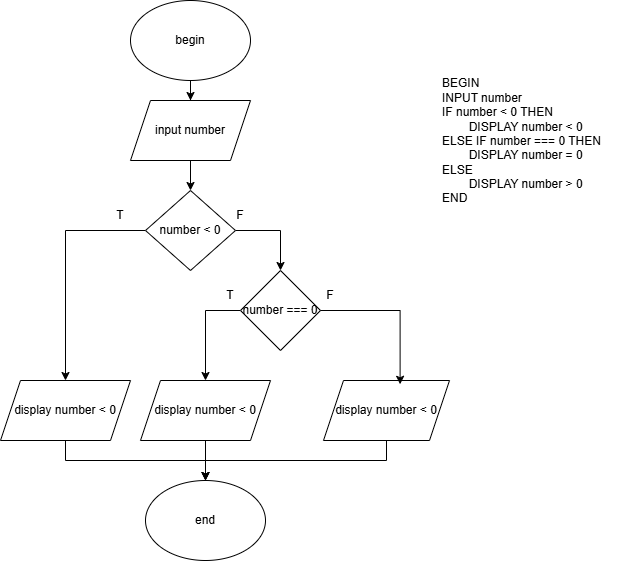
Before: bai1.drawio.png, a diagram exported from draw.io (NguyenHoang1122/btcautrucdk). Source tidied: cells renumbered, new cells last; positions are measured from the earlier drawing's top-left corner, leaving out a move shared by most shapes. Its diagram source:
```xml
<mxGraphModel background="#ffffff">
  <root>
    <mxCell id="0" />
    <mxCell id="1" parent="0" />
    <mxCell id="2" style="edgeStyle=orthogonalEdgeStyle;rounded=0;jettySize=auto;html=1;entryX=0.5;entryY=0;entryDx=0;entryDy=0;" parent="1" edge="1" source="3" target="5">
      <mxGeometry relative="1" as="geometry" />
    </mxCell>
    <mxCell id="3" value="begin" style="ellipse;whiteSpace=wrap;html=1;" parent="1" vertex="1">
      <mxGeometry x="130" width="120" height="80" as="geometry" />
    </mxCell>
    <mxCell id="4" style="edgeStyle=orthogonalEdgeStyle;rounded=0;jettySize=auto;html=1;" parent="1" edge="1" source="5" target="8">
      <mxGeometry relative="1" as="geometry" />
    </mxCell>
    <mxCell id="5" value="input number" style="shape=parallelogram;perimeter=parallelogramPerimeter;whiteSpace=wrap;html=1;fixedSize=1;" parent="1" vertex="1">
      <mxGeometry x="130" y="100" width="120" height="60" as="geometry" />
    </mxCell>
    <mxCell id="6" style="edgeStyle=orthogonalEdgeStyle;rounded=0;jettySize=auto;html=1;entryX=0.5;entryY=0;entryDx=0;entryDy=0;" parent="1" edge="1" source="8" target="18">
      <mxGeometry relative="1" as="geometry" />
    </mxCell>
    <mxCell id="7" style="edgeStyle=orthogonalEdgeStyle;rounded=0;jettySize=auto;html=1;entryX=0.5;entryY=0;entryDx=0;entryDy=0;" parent="1" edge="1" source="8" target="10">
      <mxGeometry relative="1" as="geometry" />
    </mxCell>
    <mxCell id="8" value="number &amp;lt; 0" style="rhombus;whiteSpace=wrap;html=1;" parent="1" vertex="1">
      <mxGeometry x="145" y="190" width="90" height="80" as="geometry" />
    </mxCell>
    <mxCell id="9" style="edgeStyle=orthogonalEdgeStyle;rounded=0;jettySize=auto;html=1;entryX=0.5;entryY=0;entryDx=0;entryDy=0;exitX=0;exitY=0.5;exitDx=0;exitDy=0;" parent="1" edge="1" source="10" target="20">
      <mxGeometry relative="1" as="geometry" />
    </mxCell>
    <mxCell id="10" value="number === 0" style="rhombus;whiteSpace=wrap;html=1;" parent="1" vertex="1">
      <mxGeometry x="240" y="270" width="80" height="80" as="geometry" />
    </mxCell>
    <mxCell id="11" value="end" style="ellipse;whiteSpace=wrap;html=1;" parent="1" vertex="1">
      <mxGeometry x="145" y="480" width="120" height="80" as="geometry" />
    </mxCell>
    <mxCell id="12" value="T" style="text;html=1;align=center;verticalAlign=middle;whiteSpace=wrap;rounded=0;" parent="1" vertex="1">
      <mxGeometry x="90" y="200" width="60" height="30" as="geometry" />
    </mxCell>
    <mxCell id="13" value="F" style="text;html=1;align=center;verticalAlign=middle;whiteSpace=wrap;rounded=0;" parent="1" vertex="1">
      <mxGeometry x="210" y="200" width="60" height="30" as="geometry" />
    </mxCell>
    <mxCell id="14" value="T" style="text;html=1;align=center;verticalAlign=middle;whiteSpace=wrap;rounded=0;" parent="1" vertex="1">
      <mxGeometry x="200" y="280" width="60" height="30" as="geometry" />
    </mxCell>
    <mxCell id="15" value="F" style="text;html=1;align=center;verticalAlign=middle;whiteSpace=wrap;rounded=0;" parent="1" vertex="1">
      <mxGeometry x="300" y="280" width="60" height="30" as="geometry" />
    </mxCell>
    <mxCell id="16" value="BEGIN&lt;br&gt;&lt;div&gt;INPUT number&lt;/div&gt;&lt;div&gt;IF number &amp;lt; 0 THEN&lt;/div&gt;&lt;div&gt;&lt;span style=&quot;white-space: pre;&quot;&gt;&#9;&lt;/span&gt;DISPLAY number &amp;lt; 0&lt;br&gt;&lt;/div&gt;&lt;div&gt;ELSE IF number === 0 THEN&lt;/div&gt;&lt;div&gt;&lt;span style=&quot;white-space: pre;&quot;&gt;&#9;&lt;/span&gt;DISPLAY number = 0&lt;br&gt;&lt;/div&gt;&lt;div&gt;ELSE&lt;/div&gt;&lt;div&gt;&lt;span style=&quot;white-space: pre;&quot;&gt;&#9;&lt;/span&gt;DISPLAY number &amp;gt; 0&lt;br&gt;&lt;/div&gt;&lt;div&gt;END&lt;/div&gt;&lt;div&gt;&lt;br&gt;&lt;/div&gt;&lt;div&gt;&lt;br&gt;&lt;/div&gt;" style="text;html=1;align=left;verticalAlign=middle;strokeColor=none;fillColor=none;" parent="1" vertex="1">
      <mxGeometry x="440" y="70" width="180" height="170" as="geometry" />
    </mxCell>
    <mxCell id="17" style="edgeStyle=orthogonalEdgeStyle;rounded=0;jettySize=auto;html=1;entryX=0.5;entryY=0;entryDx=0;entryDy=0;" parent="1" edge="1" source="18" target="11">
      <mxGeometry relative="1" as="geometry">
        <Array as="points">
          <mxPoint x="65" y="460" />
          <mxPoint x="205" y="460" />
        </Array>
      </mxGeometry>
    </mxCell>
    <mxCell id="18" value="display number &amp;lt; 0" style="shape=parallelogram;perimeter=parallelogramPerimeter;whiteSpace=wrap;html=1;fixedSize=1;" parent="1" vertex="1">
      <mxGeometry y="380" width="130" height="60" as="geometry" />
    </mxCell>
    <mxCell id="19" style="edgeStyle=orthogonalEdgeStyle;rounded=0;jettySize=auto;html=1;" parent="1" edge="1" source="20">
      <mxGeometry relative="1" as="geometry">
        <mxPoint x="205" y="480" as="targetPoint" />
      </mxGeometry>
    </mxCell>
    <mxCell id="20" value="display number &amp;lt; 0" style="shape=parallelogram;perimeter=parallelogramPerimeter;whiteSpace=wrap;html=1;fixedSize=1;" parent="1" vertex="1">
      <mxGeometry x="140" y="380" width="130" height="60" as="geometry" />
    </mxCell>
    <mxCell id="21" style="edgeStyle=orthogonalEdgeStyle;rounded=0;jettySize=auto;html=1;" parent="1" edge="1" source="22" target="11">
      <mxGeometry relative="1" as="geometry">
        <Array as="points">
          <mxPoint x="386" y="460" />
          <mxPoint x="205" y="460" />
        </Array>
      </mxGeometry>
    </mxCell>
    <mxCell id="22" value="display number &amp;lt; 0" style="shape=parallelogram;perimeter=parallelogramPerimeter;whiteSpace=wrap;html=1;fixedSize=1;" parent="1" vertex="1">
      <mxGeometry x="323" y="380" width="126" height="60" as="geometry" />
    </mxCell>
    <mxCell id="23" style="edgeStyle=orthogonalEdgeStyle;rounded=0;jettySize=auto;html=1;entryX=0.608;entryY=0.063;entryDx=0;entryDy=0;entryPerimeter=0;" parent="1" edge="1" source="10" target="22">
      <mxGeometry relative="1" as="geometry" />
    </mxCell>
  </root>
</mxGraphModel>
```
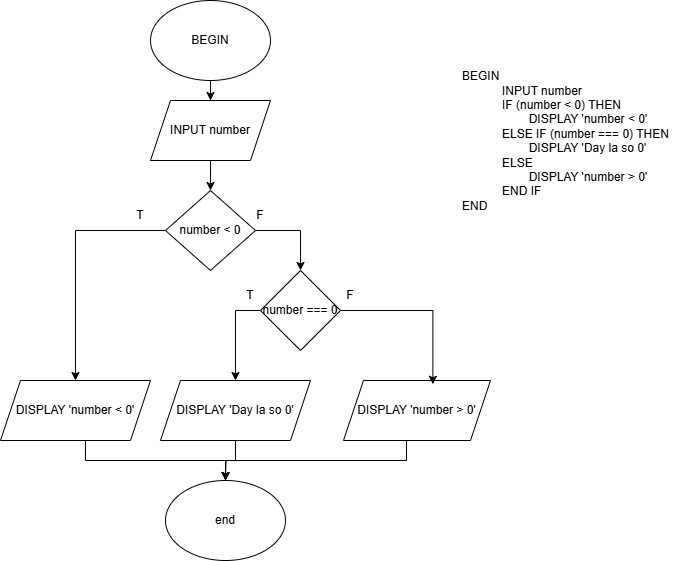
The same diagram one commit later.

What changed in the source:
```diff
@@ -5,13 +5,13 @@
     <mxCell id="2" style="edgeStyle=orthogonalEdgeStyle;rounded=0;jettySize=auto;html=1;entryX=0.5;entryY=0;entryDx=0;entryDy=0;" parent="1" edge="1" source="3" target="5">
       <mxGeometry relative="1" as="geometry" />
     </mxCell>
-    <mxCell id="3" value="begin" style="ellipse;whiteSpace=wrap;html=1;" parent="1" vertex="1">
+    <mxCell id="3" value="BEGIN" style="ellipse;whiteSpace=wrap;html=1;" parent="1" vertex="1">
       <mxGeometry x="130" width="120" height="80" as="geometry" />
     </mxCell>
     <mxCell id="4" style="edgeStyle=orthogonalEdgeStyle;rounded=0;jettySize=auto;html=1;" parent="1" edge="1" source="5" target="8">
       <mxGeometry relative="1" as="geometry" />
     </mxCell>
-    <mxCell id="5" value="input number" style="shape=parallelogram;perimeter=parallelogramPerimeter;whiteSpace=wrap;html=1;fixedSize=1;" parent="1" vertex="1">
+    <mxCell id="5" value="INPUT number" style="shape=parallelogram;perimeter=parallelogramPerimeter;whiteSpace=wrap;html=1;fixedSize=1;" parent="1" vertex="1">
       <mxGeometry x="130" y="100" width="120" height="60" as="geometry" />
     </mxCell>
     <mxCell id="6" style="edgeStyle=orthogonalEdgeStyle;rounded=0;jettySize=auto;html=1;entryX=0.5;entryY=0;entryDx=0;entryDy=0;" parent="1" edge="1" source="8" target="18">
@@ -44,8 +44,8 @@
     <mxCell id="15" value="F" style="text;html=1;align=center;verticalAlign=middle;whiteSpace=wrap;rounded=0;" parent="1" vertex="1">
       <mxGeometry x="300" y="280" width="60" height="30" as="geometry" />
     </mxCell>
-    <mxCell id="16" value="BEGIN&lt;br&gt;&lt;div&gt;INPUT number&lt;/div&gt;&lt;div&gt;IF number &amp;lt; 0 THEN&lt;/div&gt;&lt;div&gt;&lt;span style=&quot;white-space: pre;&quot;&gt;&#9;&lt;/span&gt;DISPLAY number &amp;lt; 0&lt;br&gt;&lt;/div&gt;&lt;div&gt;ELSE IF number === 0 THEN&lt;/div&gt;&lt;div&gt;&lt;span style=&quot;white-space: pre;&quot;&gt;&#9;&lt;/span&gt;DISPLAY number = 0&lt;br&gt;&lt;/div&gt;&lt;div&gt;ELSE&lt;/div&gt;&lt;div&gt;&lt;span style=&quot;white-space: pre;&quot;&gt;&#9;&lt;/span&gt;DISPLAY number &amp;gt; 0&lt;br&gt;&lt;/div&gt;&lt;div&gt;END&lt;/div&gt;&lt;div&gt;&lt;br&gt;&lt;/div&gt;&lt;div&gt;&lt;br&gt;&lt;/div&gt;" style="text;html=1;align=left;verticalAlign=middle;strokeColor=none;fillColor=none;" parent="1" vertex="1">
-      <mxGeometry x="440" y="70" width="180" height="170" as="geometry" />
+    <mxCell id="16" value="BEGIN&lt;br&gt;&lt;blockquote style=&quot;margin: 0 0 0 40px; border: none; padding: 0px;&quot;&gt;&lt;div&gt;INPUT number&lt;/div&gt;&lt;div&gt;IF (number &amp;lt; 0) THEN&lt;/div&gt;&lt;div&gt;&lt;span style=&quot;white-space: pre;&quot;&gt;&#9;&lt;/span&gt;DISPLAY 'number &amp;lt; 0'&lt;/div&gt;&lt;div&gt;ELSE IF (number === 0) THEN&lt;/div&gt;&lt;div&gt;&lt;span style=&quot;white-space: pre;&quot;&gt;&#9;&lt;/span&gt;DISPLAY 'Day la so 0'&lt;/div&gt;&lt;div&gt;ELSE&lt;/div&gt;&lt;div&gt;&lt;span style=&quot;white-space: pre;&quot;&gt;&#9;&lt;/span&gt;DISPLAY 'number &amp;gt; 0'&lt;/div&gt;&lt;div&gt;END IF&lt;/div&gt;&lt;/blockquote&gt;&lt;div&gt;END&lt;/div&gt;&lt;div&gt;&lt;br&gt;&lt;/div&gt;&lt;div&gt;&lt;br&gt;&lt;/div&gt;" style="text;html=1;align=left;verticalAlign=middle;strokeColor=none;fillColor=none;" parent="1" vertex="1">
+      <mxGeometry x="440" y="60" width="230" height="190" as="geometry" />
     </mxCell>
     <mxCell id="17" style="edgeStyle=orthogonalEdgeStyle;rounded=0;jettySize=auto;html=1;entryX=0.5;entryY=0;entryDx=0;entryDy=0;" parent="1" edge="1" source="18" target="11">
       <mxGeometry relative="1" as="geometry">
@@ -55,16 +55,16 @@
         </Array>
       </mxGeometry>
     </mxCell>
-    <mxCell id="18" value="display number &amp;lt; 0" style="shape=parallelogram;perimeter=parallelogramPerimeter;whiteSpace=wrap;html=1;fixedSize=1;" parent="1" vertex="1">
-      <mxGeometry y="380" width="130" height="60" as="geometry" />
+    <mxCell id="18" value="DISPLAY 'number &amp;lt; 0'" style="shape=parallelogram;perimeter=parallelogramPerimeter;whiteSpace=wrap;html=1;fixedSize=1;" parent="1" vertex="1">
+      <mxGeometry x="-20" y="380" width="150" height="60" as="geometry" />
     </mxCell>
     <mxCell id="19" style="edgeStyle=orthogonalEdgeStyle;rounded=0;jettySize=auto;html=1;" parent="1" edge="1" source="20">
       <mxGeometry relative="1" as="geometry">
         <mxPoint x="205" y="480" as="targetPoint" />
       </mxGeometry>
     </mxCell>
-    <mxCell id="20" value="display number &amp;lt; 0" style="shape=parallelogram;perimeter=parallelogramPerimeter;whiteSpace=wrap;html=1;fixedSize=1;" parent="1" vertex="1">
-      <mxGeometry x="140" y="380" width="130" height="60" as="geometry" />
+    <mxCell id="20" value="DISPLAY 'Day la so 0'" style="shape=parallelogram;perimeter=parallelogramPerimeter;whiteSpace=wrap;html=1;fixedSize=1;" parent="1" vertex="1">
+      <mxGeometry x="140" y="380" width="150" height="60" as="geometry" />
     </mxCell>
     <mxCell id="21" style="edgeStyle=orthogonalEdgeStyle;rounded=0;jettySize=auto;html=1;" parent="1" edge="1" source="22" target="11">
       <mxGeometry relative="1" as="geometry">
@@ -74,8 +74,8 @@
         </Array>
       </mxGeometry>
     </mxCell>
-    <mxCell id="22" value="display number &amp;lt; 0" style="shape=parallelogram;perimeter=parallelogramPerimeter;whiteSpace=wrap;html=1;fixedSize=1;" parent="1" vertex="1">
-      <mxGeometry x="323" y="380" width="126" height="60" as="geometry" />
+    <mxCell id="22" value="DISPLAY 'number &amp;gt; 0'" style="shape=parallelogram;perimeter=parallelogramPerimeter;whiteSpace=wrap;html=1;fixedSize=1;" parent="1" vertex="1">
+      <mxGeometry x="323" y="380" width="147" height="60" as="geometry" />
     </mxCell>
     <mxCell id="23" style="edgeStyle=orthogonalEdgeStyle;rounded=0;jettySize=auto;html=1;entryX=0.608;entryY=0.063;entryDx=0;entryDy=0;entryPerimeter=0;" parent="1" edge="1" source="10" target="22">
       <mxGeometry relative="1" as="geometry" />
```
